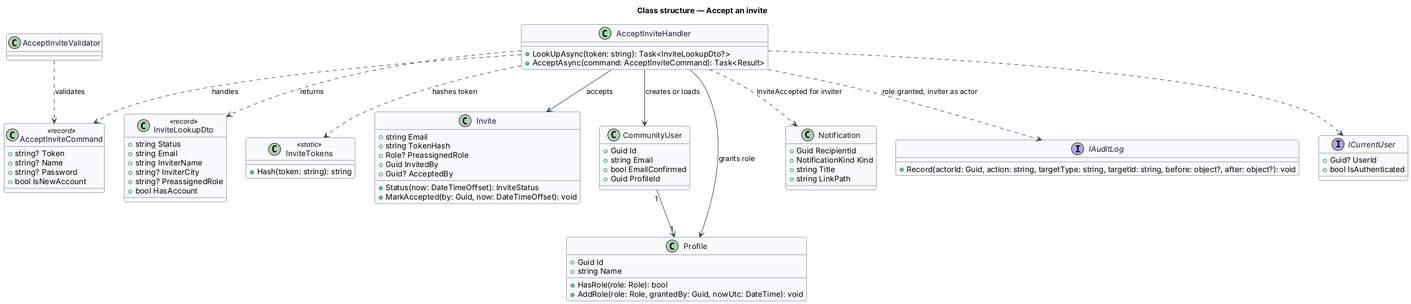
This is docs/detailed-designs/invites/accept-invite/diagrams/class-structure.png from QuinntyneBrown/faithtech-community, a PlantUML export, as it was before one commit.
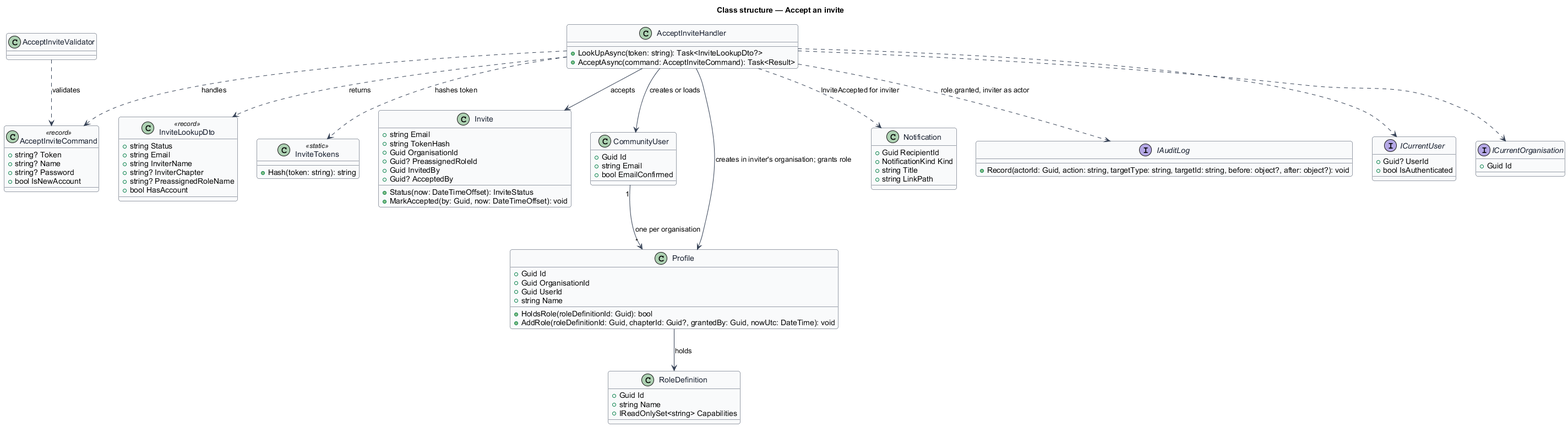
After the change.

Change to the diagram source:
```diff
@@ -23,8 +23,8 @@
   +string Status
   +string Email
   +string InviterName
-  +string? InviterCity
-  +string? PreassignedRole
+  +string? InviterChapter
+  +string? PreassignedRoleName
   +bool HasAccount
 }
 class AcceptInviteHandler {
@@ -37,7 +37,8 @@
 class Invite {
   +string Email
   +string TokenHash
-  +Role? PreassignedRole
+  +Guid OrganisationId
+  +Guid? PreassignedRoleId
   +Guid InvitedBy
   +Guid? AcceptedBy
   +Status(now: DateTimeOffset): InviteStatus
@@ -47,13 +48,19 @@
   +Guid Id
   +string Email
   +bool EmailConfirmed
-  +Guid ProfileId
 }
 class Profile {
   +Guid Id
+  +Guid OrganisationId
+  +Guid UserId
   +string Name
-  +HasRole(role: Role): bool
-  +AddRole(role: Role, grantedBy: Guid, nowUtc: DateTime): void
+  +HoldsRole(roleDefinitionId: Guid): bool
+  +AddRole(roleDefinitionId: Guid, chapterId: Guid?, grantedBy: Guid, nowUtc: DateTime): void
+}
+class RoleDefinition {
+  +Guid Id
+  +string Name
+  +IReadOnlySet<string> Capabilities
 }
 class Notification {
   +Guid RecipientId
@@ -68,15 +75,20 @@
   +Guid? UserId
   +bool IsAuthenticated
 }
+interface ICurrentOrganisation {
+  +Guid Id
+}
 AcceptInviteValidator ..> AcceptInviteCommand : validates
 AcceptInviteHandler ..> AcceptInviteCommand : handles
 AcceptInviteHandler ..> InviteLookupDto : returns
 AcceptInviteHandler ..> InviteTokens : hashes token
 AcceptInviteHandler --> Invite : accepts
 AcceptInviteHandler --> CommunityUser : creates or loads
-AcceptInviteHandler --> Profile : grants role
+AcceptInviteHandler --> Profile : creates in inviter's organisation; grants role
+Profile --> RoleDefinition : holds
 AcceptInviteHandler ..> IAuditLog : role.granted, inviter as actor
 AcceptInviteHandler ..> Notification : InviteAccepted for inviter
 AcceptInviteHandler ..> ICurrentUser
-CommunityUser "1" --> "1" Profile
+AcceptInviteHandler ..> ICurrentOrganisation
+CommunityUser "1" --> "*" Profile : one per organisation
 @enduml
```
